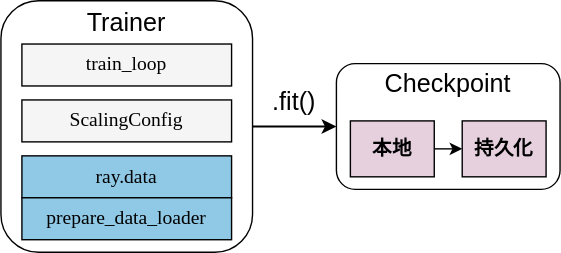
Earlier version of the draw.io export img/ch-ray-train-tune/ray-train-key-parts.svg (godaai/scale-py-zh). Source tidied: cells renumbered, new cells last; positions are measured from the earlier drawing's top-left corner, leaving out a move shared by most shapes.
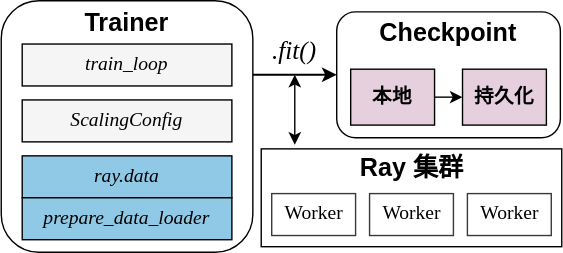
Above is the later version.

Commit message:
ray train tune

What changed in the source:
```diff
@@ -5,41 +5,64 @@
     <mxCell id="2" style="rounded=1;whiteSpace=wrap;html=1;fillColor=none;" parent="1" vertex="1">
       <mxGeometry width="180" height="180" as="geometry" />
     </mxCell>
-    <mxCell id="3" value="&lt;font style=&quot;font-size: 18px;&quot;&gt;Trainer&lt;/font&gt;" style="text;html=1;strokeColor=none;fillColor=none;align=center;verticalAlign=middle;whiteSpace=wrap;rounded=0;" parent="1" vertex="1">
+    <mxCell id="3" value="&lt;font style=&quot;font-size: 18px;&quot;&gt;&lt;b&gt;Trainer&lt;/b&gt;&lt;/font&gt;" style="text;html=1;strokeColor=none;fillColor=none;align=center;verticalAlign=middle;whiteSpace=wrap;rounded=0;" parent="1" vertex="1">
       <mxGeometry x="60" y="1" width="60" height="30" as="geometry" />
     </mxCell>
-    <mxCell id="4" value="&lt;font style=&quot;font-size: 14px;&quot; face=&quot;Garamond&quot;&gt;train_loop&lt;/font&gt;" style="rounded=0;whiteSpace=wrap;html=1;fillColor=#F5F5F5;" parent="1" vertex="1">
+    <mxCell id="4" value="&lt;font style=&quot;font-size: 14px;&quot;&gt;train_loop&lt;/font&gt;" style="rounded=0;whiteSpace=wrap;html=1;fillColor=#F5F5F5;fontFamily=Garamond;fontStyle=2;" parent="1" vertex="1">
       <mxGeometry x="15" y="31" width="150" height="30" as="geometry" />
     </mxCell>
-    <mxCell id="5" value="&lt;font face=&quot;Garamond&quot; style=&quot;font-size: 14px;&quot;&gt;ScalingConfig&lt;/font&gt;" style="rounded=0;whiteSpace=wrap;html=1;fillColor=#F5F5F5;" parent="1" vertex="1">
+    <mxCell id="5" value="&lt;font style=&quot;font-size: 14px;&quot;&gt;ScalingConfig&lt;/font&gt;" style="rounded=0;whiteSpace=wrap;html=1;fillColor=#F5F5F5;fontFamily=Garamond;fontStyle=2;" parent="1" vertex="1">
       <mxGeometry x="15" y="71" width="150" height="30" as="geometry" />
     </mxCell>
-    <mxCell id="6" value="&lt;span style=&quot;font-size: 14px;&quot;&gt;&lt;font face=&quot;Garamond&quot;&gt;ray.data&lt;/font&gt;&lt;/span&gt;" style="rounded=0;whiteSpace=wrap;html=1;fillColor=#90C9E6;" parent="1" vertex="1">
+    <mxCell id="6" value="&lt;span style=&quot;font-size: 14px;&quot;&gt;&lt;font&gt;ray.data&lt;/font&gt;&lt;/span&gt;" style="rounded=0;whiteSpace=wrap;html=1;fillColor=#90C9E6;fontFamily=Garamond;fontStyle=2;" parent="1" vertex="1">
       <mxGeometry x="15" y="111" width="150" height="30" as="geometry" />
     </mxCell>
-    <mxCell id="7" value="&lt;font style=&quot;font-size: 14px;&quot; face=&quot;Garamond&quot;&gt;prepare_data_loader&lt;/font&gt;" style="rounded=0;whiteSpace=wrap;html=1;fillColor=#90C9E6;" parent="1" vertex="1">
+    <mxCell id="7" value="&lt;font style=&quot;font-size: 14px;&quot;&gt;prepare_data_loader&lt;/font&gt;" style="rounded=0;whiteSpace=wrap;html=1;fillColor=#90C9E6;fontFamily=Garamond;fontStyle=2;" parent="1" vertex="1">
       <mxGeometry x="15" y="141" width="150" height="30" as="geometry" />
     </mxCell>
     <mxCell id="8" style="rounded=1;whiteSpace=wrap;html=1;fillColor=none;" parent="1" vertex="1">
-      <mxGeometry x="240" y="45" width="160" height="90" as="geometry" />
+      <mxGeometry x="240" y="8" width="160" height="90" as="geometry" />
     </mxCell>
-    <mxCell id="9" style="endArrow=classic;html=1;rounded=0;exitX=1;exitY=0.5;exitDx=0;exitDy=0;entryX=0;entryY=0.5;entryDx=0;entryDy=0;entryPerimeter=0;strokeWidth=1.5;" parent="1" edge="1" source="2" target="8">
-      <mxGeometry relative="1" as="geometry" />
+    <mxCell id="9" style="endArrow=classic;html=1;rounded=0;exitX=1;exitY=0.5;exitDx=0;exitDy=0;entryX=0;entryY=0.5;entryDx=0;entryDy=0;entryPerimeter=0;strokeWidth=1.5;" parent="1" edge="1" target="8">
+      <mxGeometry relative="1" as="geometry">
+        <mxPoint x="180" y="53" as="sourcePoint" />
+      </mxGeometry>
     </mxCell>
-    <mxCell id="10" value="&lt;font style=&quot;font-size: 18px;&quot;&gt;.fit()&lt;/font&gt;" style="text;html=1;strokeColor=none;fillColor=none;align=center;verticalAlign=middle;whiteSpace=wrap;rounded=0;strokeWidth=1.5;" parent="1" vertex="1">
-      <mxGeometry x="180" y="58" width="60" height="30" as="geometry" />
+    <mxCell id="10" value="&lt;font face=&quot;Garamond&quot; style=&quot;font-size: 18px;&quot;&gt;&lt;i&gt;.fit()&lt;/i&gt;&lt;/font&gt;" style="text;html=1;strokeColor=none;fillColor=none;align=center;verticalAlign=middle;whiteSpace=wrap;rounded=0;strokeWidth=1.5;" parent="1" vertex="1">
+      <mxGeometry x="180" y="21" width="60" height="30" as="geometry" />
     </mxCell>
-    <mxCell id="11" value="Checkpoint" style="text;html=1;strokeColor=none;fillColor=none;align=center;verticalAlign=middle;whiteSpace=wrap;rounded=0;fontSize=18;" parent="1" vertex="1">
-      <mxGeometry x="290" y="45" width="60" height="30" as="geometry" />
+    <mxCell id="11" value="&lt;b&gt;Checkpoint&lt;/b&gt;" style="text;html=1;strokeColor=none;fillColor=none;align=center;verticalAlign=middle;whiteSpace=wrap;rounded=0;fontSize=18;" parent="1" vertex="1">
+      <mxGeometry x="290" y="8" width="60" height="30" as="geometry" />
     </mxCell>
     <mxCell id="12" value="&lt;b&gt;&lt;font style=&quot;font-size: 14px;&quot;&gt;本地&lt;/font&gt;&lt;/b&gt;" style="rounded=0;whiteSpace=wrap;html=1;fillColor=#E6D0DE;" parent="1" vertex="1">
-      <mxGeometry x="250" y="86" width="60" height="40" as="geometry" />
+      <mxGeometry x="250" y="49" width="60" height="40" as="geometry" />
     </mxCell>
     <mxCell id="13" value="&lt;span style=&quot;font-size: 14px;&quot;&gt;&lt;b&gt;持久化&lt;/b&gt;&lt;/span&gt;" style="rounded=0;whiteSpace=wrap;html=1;fillColor=#E6D0DE;" parent="1" vertex="1">
-      <mxGeometry x="330" y="86" width="60" height="40" as="geometry" />
+      <mxGeometry x="330" y="49" width="60" height="40" as="geometry" />
     </mxCell>
     <mxCell id="14" style="endArrow=classic;html=1;rounded=0;exitX=1;exitY=0.5;exitDx=0;exitDy=0;entryX=0;entryY=0.5;entryDx=0;entryDy=0;" parent="1" edge="1" source="12" target="13">
       <mxGeometry relative="1" as="geometry" />
     </mxCell>
+    <mxCell id="15" style="rounded=0;whiteSpace=wrap;html=1;fillColor=none;" parent="1" vertex="1">
+      <mxGeometry x="186" y="106" width="215" height="70" as="geometry" />
+    </mxCell>
+    <mxCell id="16" value="&lt;span style=&quot;font-size: 18px;&quot;&gt;&lt;b&gt;Ray 集群&lt;/b&gt;&lt;/span&gt;" style="text;html=1;strokeColor=none;fillColor=none;align=center;verticalAlign=middle;whiteSpace=wrap;rounded=0;" parent="1" vertex="1">
+      <mxGeometry x="253.5" y="105" width="80" height="30" as="geometry" />
+    </mxCell>
+    <mxCell id="17" value="Worker" style="rounded=0;whiteSpace=wrap;html=1;fontSize=14;fillColor=none;strokeColor=#36393d;fontFamily=Times New Roman;" parent="1" vertex="1">
+      <mxGeometry x="193.5" y="138" width="60" height="30" as="geometry" />
+    </mxCell>
+    <mxCell id="18" value="Worker" style="rounded=0;whiteSpace=wrap;html=1;fontSize=14;fillColor=none;strokeColor=#36393d;fontFamily=Times New Roman;" parent="1" vertex="1">
+      <mxGeometry x="263.5" y="138" width="60" height="30" as="geometry" />
+    </mxCell>
+    <mxCell id="19" value="Worker" style="rounded=0;whiteSpace=wrap;html=1;fontSize=14;fillColor=none;strokeColor=#36393d;fontFamily=Times New Roman;" parent="1" vertex="1">
+      <mxGeometry x="333.5" y="138" width="60" height="30" as="geometry" />
+    </mxCell>
+    <mxCell id="20" style="endArrow=classic;startArrow=classic;html=1;rounded=0;" parent="1" edge="1">
+      <mxGeometry relative="1" as="geometry">
+        <mxPoint x="210" y="103" as="sourcePoint" />
+        <mxPoint x="210" y="53" as="targetPoint" />
+      </mxGeometry>
+    </mxCell>
   </root>
 </mxGraphModel>
```
